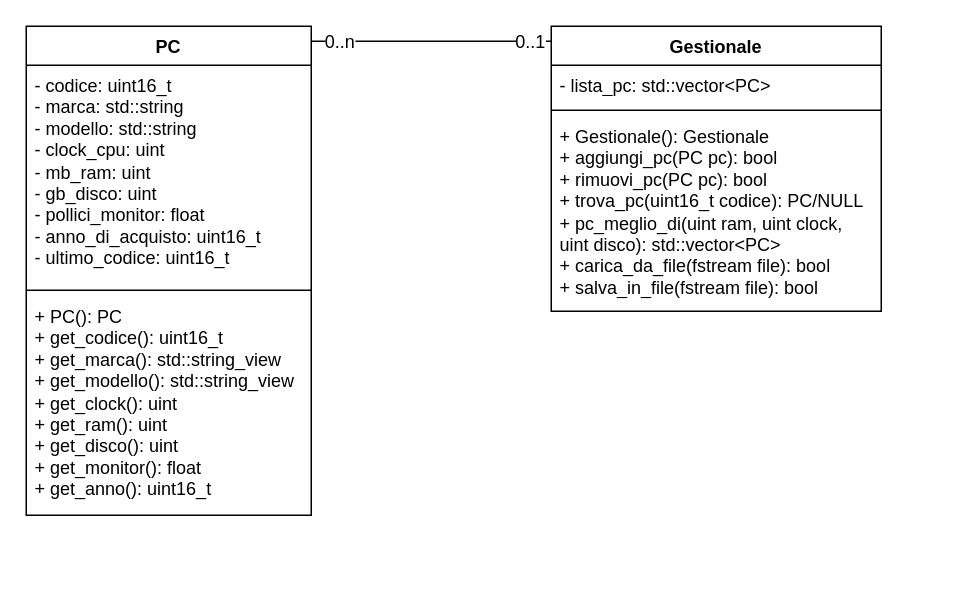
Earlier version of the draw.io diagram Gestionale_UML.drawio (gifede/UML_21_10_2026). Source tidied: cells renumbered, new cells numbered last; positions are measured from the earlier drawing's top-left corner, leaving out a move shared by most shapes. Both pictures are drawn from the tidied source at 150%, with x=0, y=0 at pixel (26, 26).
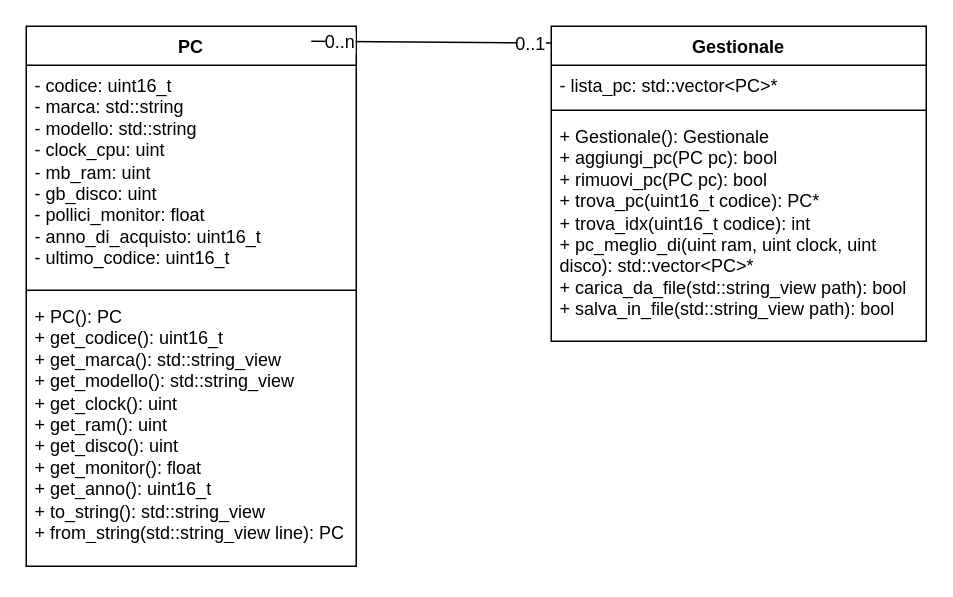
After the change.

The edit, as a diff of the source:
```diff
@@
 <mxGraphModel>
   <root>
     <mxCell id="0" />
     <mxCell id="1" parent="0" />
     <mxCell id="2" value="PC" style="swimlane;fontStyle=1;align=center;verticalAlign=top;horizontal=1;startSize=26;whiteSpace=wrap;html=1;" parent="1" vertex="1">
-      <mxGeometry width="190" height="326" as="geometry" />
+      <mxGeometry width="220" height="360" as="geometry" />
     </mxCell>
     <mxCell id="3" value="&lt;div&gt;- codice: uint16_t&lt;/div&gt;&lt;div&gt;- marca: std::string&lt;/div&gt;&lt;div&gt;- modello: std::string&lt;/div&gt;&lt;div&gt;- clock_cpu: uint&lt;/div&gt;&lt;div&gt;- mb_ram: uint&lt;/div&gt;&lt;div&gt;- gb_disco: uint&lt;/div&gt;&lt;div&gt;- pollici_monitor: float&lt;/div&gt;&lt;div&gt;- anno_di_acquisto: uint16_t&lt;/div&gt;&lt;div&gt;- ultimo_codice: uint16_t&lt;/div&gt;" style="text;strokeColor=none;fillColor=none;align=left;verticalAlign=top;spacingLeft=4;spacingRight=4;overflow=hidden;whiteSpace=wrap;html=1;" parent="2" vertex="1">
-      <mxGeometry y="26" width="190" height="146" as="geometry" />
+      <mxGeometry y="26" width="220" height="146" as="geometry" />
     </mxCell>
     <mxCell id="4" style="line;strokeWidth=1;fillColor=none;align=left;verticalAlign=middle;spacingTop=-1;spacingLeft=3;spacingRight=3;labelPosition=right;strokeColor=inherit;" parent="2" vertex="1">
-      <mxGeometry y="172" width="190" height="8" as="geometry" />
+      <mxGeometry y="172" width="220" height="8" as="geometry" />
     </mxCell>
-    <mxCell id="5" value="&lt;div&gt;+ PC(): PC&lt;/div&gt;&lt;div&gt;+ get_codice(): uint16_t&lt;/div&gt;&lt;div&gt;+ get_marca(): std::string_view&lt;/div&gt;&lt;div&gt;+ get_modello(): std::string_view&lt;/div&gt;&lt;div&gt;+ get_clock(): uint&lt;/div&gt;&lt;div&gt;+ get_ram(): uint&lt;/div&gt;&lt;div&gt;+ get_disco(): uint&lt;/div&gt;&lt;div&gt;+ get_monitor(): float&lt;/div&gt;&lt;div&gt;+ get_anno(): uint16_t&lt;/div&gt;" style="text;strokeColor=none;fillColor=none;align=left;verticalAlign=top;spacingLeft=4;spacingRight=4;overflow=hidden;whiteSpace=wrap;html=1;" parent="2" vertex="1">
-      <mxGeometry y="180" width="190" height="146" as="geometry" />
+    <mxCell id="5" value="&lt;div&gt;+ PC(): PC&lt;/div&gt;&lt;div&gt;+ get_codice(): uint16_t&lt;/div&gt;&lt;div&gt;+ get_marca(): std::string_view&lt;/div&gt;&lt;div&gt;+ get_modello(): std::string_view&lt;/div&gt;&lt;div&gt;+ get_clock(): uint&lt;/div&gt;&lt;div&gt;+ get_ram(): uint&lt;/div&gt;&lt;div&gt;+ get_disco(): uint&lt;/div&gt;&lt;div&gt;+ get_monitor(): float&lt;/div&gt;&lt;div&gt;+ get_anno(): uint16_t&lt;/div&gt;&lt;div&gt;+ to_string(): std::string_view&lt;/div&gt;&lt;div&gt;+ from_string(std::string_view line): PC&lt;/div&gt;" style="text;strokeColor=none;fillColor=none;align=left;verticalAlign=top;spacingLeft=4;spacingRight=4;overflow=hidden;whiteSpace=wrap;html=1;" parent="2" vertex="1">
+      <mxGeometry y="180" width="220" height="180" as="geometry" />
     </mxCell>
     <mxCell id="6" value="Gestionale" style="swimlane;fontStyle=1;align=center;verticalAlign=top;horizontal=1;startSize=26;whiteSpace=wrap;html=1;" parent="1" vertex="1">
-      <mxGeometry x="350" width="220" height="190" as="geometry" />
+      <mxGeometry x="350" width="250" height="210" as="geometry" />
     </mxCell>
-    <mxCell id="7" value="- lista_pc: std::vector&amp;lt;PC&amp;gt;" style="text;strokeColor=none;fillColor=none;align=left;verticalAlign=top;spacingLeft=4;spacingRight=4;overflow=hidden;whiteSpace=wrap;html=1;" parent="6" vertex="1">
-      <mxGeometry y="26" width="220" height="26" as="geometry" />
+    <mxCell id="7" value="- lista_pc: std::vector&amp;lt;PC&amp;gt;*" style="text;strokeColor=none;fillColor=none;align=left;verticalAlign=top;spacingLeft=4;spacingRight=4;overflow=hidden;whiteSpace=wrap;html=1;" parent="6" vertex="1">
+      <mxGeometry y="26" width="250" height="26" as="geometry" />
     </mxCell>
     <mxCell id="8" style="line;strokeWidth=1;fillColor=none;align=left;verticalAlign=middle;spacingTop=-1;spacingLeft=3;spacingRight=3;labelPosition=right;strokeColor=inherit;" parent="6" vertex="1">
-      <mxGeometry y="52" width="220" height="8" as="geometry" />
+      <mxGeometry y="52" width="250" height="8" as="geometry" />
     </mxCell>
-    <mxCell id="9" value="&lt;div&gt;+ Gestionale(): Gestionale&amp;nbsp;&lt;/div&gt;&lt;div&gt;+ aggiungi_pc(PC pc): bool&lt;/div&gt;&lt;div&gt;+ rimuovi_pc(PC pc): bool&lt;/div&gt;&lt;div&gt;+ trova_pc(uint16_t codice): PC/NULL&lt;/div&gt;&lt;div&gt;+ pc_meglio_di(uint ram, uint clock, uint disco): std::vector&amp;lt;PC&amp;gt;&lt;/div&gt;&lt;div&gt;+ carica_da_file(fstream file): bool&lt;/div&gt;&lt;div&gt;+ salva_in_file(fstream file): bool&lt;/div&gt;" style="text;strokeColor=none;fillColor=none;align=left;verticalAlign=top;spacingLeft=4;spacingRight=4;overflow=hidden;whiteSpace=wrap;html=1;" parent="6" vertex="1">
-      <mxGeometry y="60" width="220" height="130" as="geometry" />
+    <mxCell id="9" value="&lt;div&gt;+ Gestionale(): Gestionale&amp;nbsp;&lt;/div&gt;&lt;div&gt;+ aggiungi_pc(PC pc): bool&lt;/div&gt;&lt;div&gt;+ rimuovi_pc(PC pc): bool&lt;/div&gt;&lt;div&gt;+ trova_pc(uint16_t codice): PC*&lt;/div&gt;&lt;div&gt;+ trova_idx(uint16_t codice): int&lt;/div&gt;&lt;div&gt;+ pc_meglio_di(uint ram, uint clock, uint disco): std::vector&amp;lt;PC&amp;gt;*&lt;/div&gt;&lt;div&gt;+ carica_da_file(std::string_view path): bool&lt;/div&gt;&lt;div&gt;+ salva_in_file(std::string_view path): bool&lt;/div&gt;" style="text;strokeColor=none;fillColor=none;align=left;verticalAlign=top;spacingLeft=4;spacingRight=4;overflow=hidden;whiteSpace=wrap;html=1;" parent="6" vertex="1">
+      <mxGeometry y="60" width="250" height="150" as="geometry" />
     </mxCell>
     <mxCell id="10" style="edgeStyle=none;jettySize=auto;html=1;rounded=0;fontSize=12;startSize=8;endSize=8;curved=1;entryX=0;entryY=0.053;entryDx=0;entryDy=0;entryPerimeter=0;endArrow=none;endFill=0;" parent="1" edge="1" target="6">
       <mxGeometry relative="1" as="geometry">
         <mxPoint x="190" y="10" as="sourcePoint" />
       </mxGeometry>
     </mxCell>
     <mxCell id="11" value="0..n" style="edgeLabel;html=1;align=center;verticalAlign=middle;fontSize=12;" parent="10" vertex="1">
       <mxGeometry x="-0.76" y="-2" relative="1" as="geometry">
         <mxPoint y="-2" as="offset" />
       </mxGeometry>
     </mxCell>
     <mxCell id="12" value="0..1" style="edgeLabel;html=1;align=center;verticalAlign=middle;fontSize=12;" parent="10" vertex="1">
       <mxGeometry x="0.81" y="4" relative="1" as="geometry">
         <mxPoint y="4" as="offset" />
       </mxGeometry>
     </mxCell>
   </root>
 </mxGraphModel>
```
